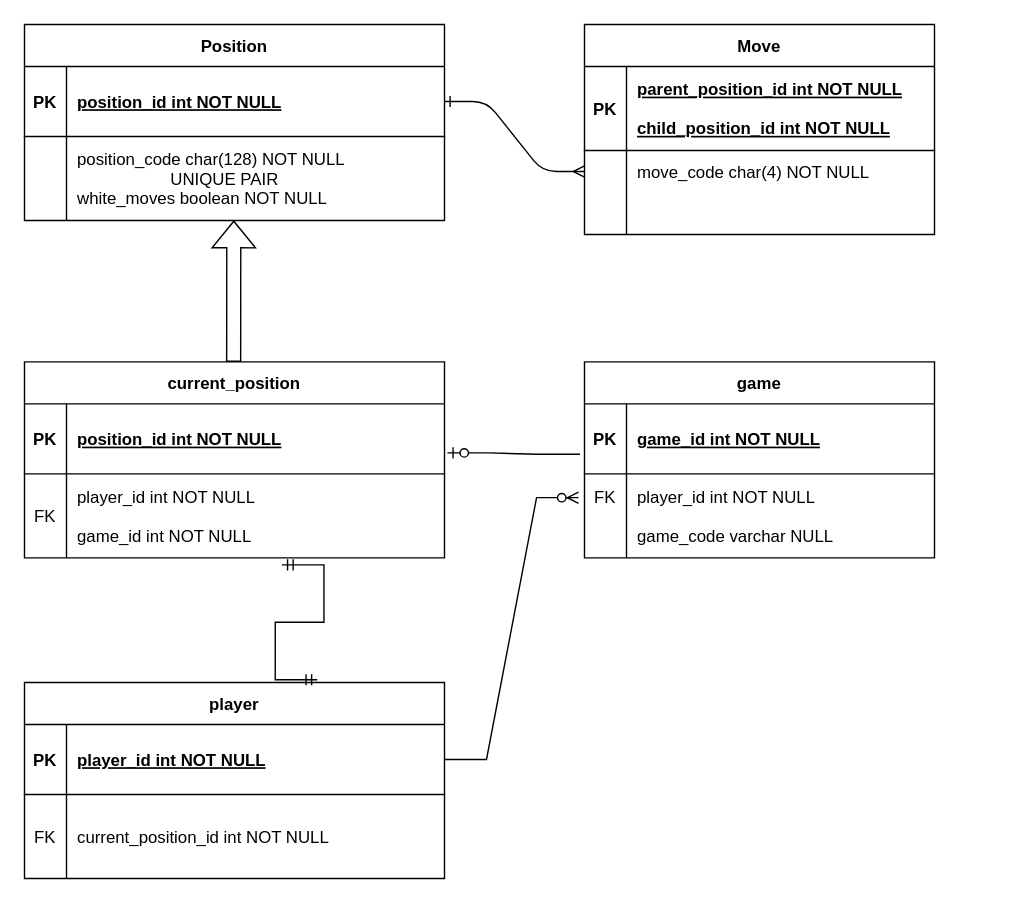
Earlier version of the draw.io diagram documentation/database.drawio (skoda-octavia/chessEngine). Source tidied: cells renumbered, new cells numbered last; positions are measured from the earlier drawing's top-left corner, leaving out a move shared by most shapes. Both pictures are drawn from the tidied source at 140%, with x=0, y=0 at pixel (24, 24).
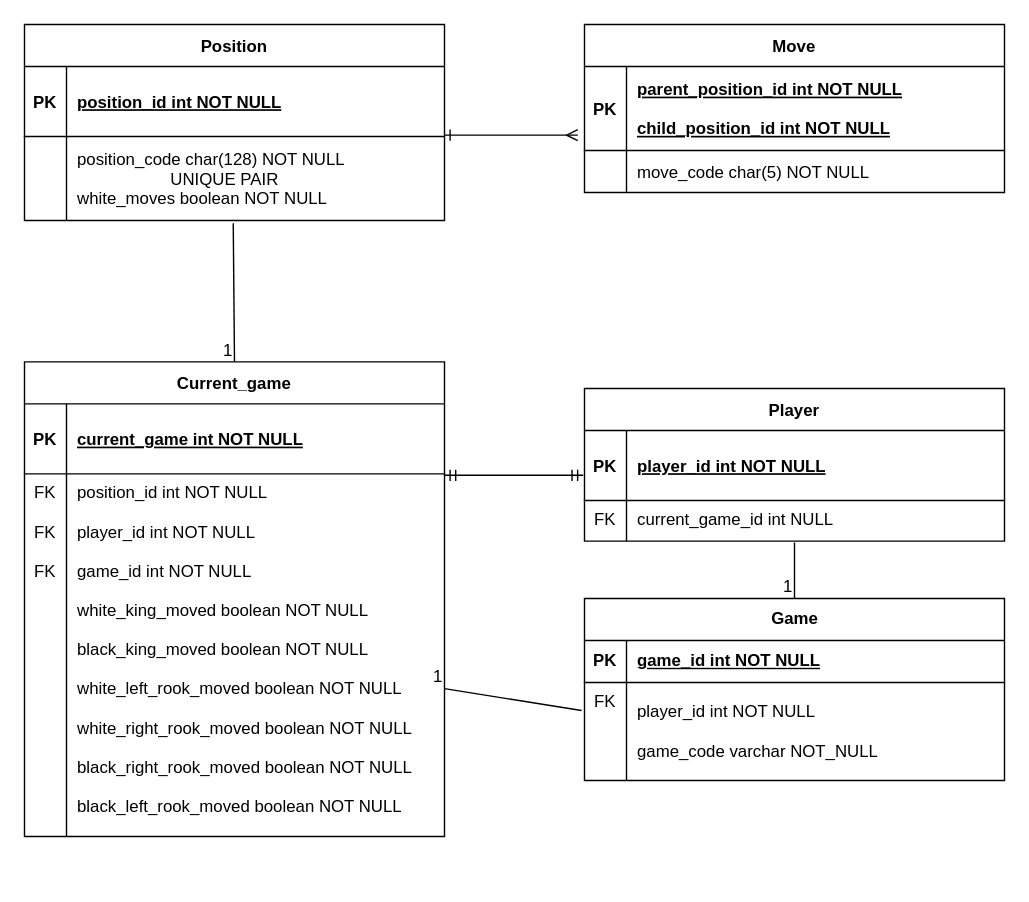
After the change.

Unchanged cells that the change refers to:
```xml
<mxCell id="14" style="shape=partialRectangle;fillColor=none;points=[[0,0.5],[1,0.5]];portConstraint=eastwest;top=0;left=0;right=0;bottom=1;" parent="13" vertex="1">
  <mxGeometry y="30" width="300" height="50" as="geometry" />
</mxCell>
<mxCell id="17" style="shape=partialRectangle;fillColor=none;points=[[0,0.5],[1,0.5]];portConstraint=eastwest;top=0;left=0;right=0;bottom=0;" parent="13" vertex="1">
  <mxGeometry y="80" width="300" height="60" as="geometry" />
</mxCell>
<mxCell id="21" style="shape=partialRectangle;fillColor=none;points=[[0,0.5],[1,0.5]];portConstraint=eastwest;top=0;left=0;right=0;bottom=1;" parent="20" vertex="1">
  <mxGeometry y="30" width="300" height="50" as="geometry" />
</mxCell>
<mxCell id="37" style="shape=partialRectangle;fillColor=none;points=[[0,0.5],[1,0.5]];portConstraint=eastwest;top=0;left=0;right=0;bottom=1;" parent="36" vertex="1">
  <mxGeometry y="30" width="300" height="50" as="geometry" />
</mxCell>
```

Change to the diagram source:
```diff
@@
-    <mxCell id="2" style="edgeStyle=entityRelationEdgeStyle;endArrow=ERmany;startArrow=ERone;endFill=1;startFill=0;fontSize=12;html=1;" parent="1" edge="1" source="14" target="7">
-      <mxGeometry relative="1" as="geometry" />
-    </mxCell>
     <mxCell id="3" value="Move" style="shape=table;startSize=30;childLayout=tableLayout;rowLines=0;fontStyle=1;align=center;" parent="1" vertex="1">
-      <mxGeometry x="400" width="250" height="150" as="geometry" />
+      <mxGeometry x="400" width="300" height="120" as="geometry" />
     </mxCell>
     <mxCell id="4" style="shape=partialRectangle;fillColor=none;points=[[0,0.5],[1,0.5]];portConstraint=eastwest;top=0;left=0;right=0;bottom=1;" parent="3" vertex="1">
-      <mxGeometry y="30" width="250" height="60" as="geometry" />
+      <mxGeometry y="30" width="300" height="60" as="geometry" />
     </mxCell>
@@
     <mxCell id="6" value="parent_position_id int NOT NULL&#10;&#10;child_position_id int NOT NULL" style="shape=partialRectangle;overflow=hidden;fillColor=none;top=0;left=0;bottom=0;right=0;align=left;spacingLeft=6;fontStyle=5;" parent="4" vertex="1">
-      <mxGeometry x="30" width="220" height="60" as="geometry" />
+      <mxGeometry x="30" width="270" height="60" as="geometry" />
     </mxCell>
     <mxCell id="7" style="shape=partialRectangle;fillColor=none;points=[[0,0.5],[1,0.5]];portConstraint=eastwest;top=0;left=0;right=0;bottom=0;" parent="3" vertex="1">
-      <mxGeometry y="90" width="250" height="30" as="geometry" />
+      <mxGeometry y="90" width="300" height="30" as="geometry" />
     </mxCell>
@@
-    <mxCell id="9" value="move_code char(4) NOT NULL" style="shape=partialRectangle;overflow=hidden;fillColor=none;top=0;left=0;bottom=0;right=0;align=left;spacingLeft=6;" parent="7" vertex="1">
-      <mxGeometry x="30" width="220" height="30" as="geometry" />
+    <mxCell id="9" value="move_code char(5) NOT NULL" style="shape=partialRectangle;overflow=hidden;fillColor=none;top=0;left=0;bottom=0;right=0;align=left;spacingLeft=6;" parent="7" vertex="1">
+      <mxGeometry x="30" width="270" height="30" as="geometry" />
     </mxCell>
-    <mxCell id="10" style="shape=partialRectangle;fillColor=none;top=0;left=0;right=0;bottom=0;" parent="3" vertex="1">
-      <mxGeometry y="120" width="250" height="30" as="geometry" />
-    </mxCell>
-    <mxCell id="11" style="shape=partialRectangle;overflow=hidden;fillColor=none;top=0;left=0;bottom=0;right=0;" parent="10" vertex="1">
-      <mxGeometry width="30" height="30" as="geometry" />
-    </mxCell>
-    <mxCell id="12" style="shape=partialRectangle;overflow=hidden;fillColor=none;top=0;left=0;bottom=0;right=0;align=left;spacingLeft=6;" parent="10" vertex="1">
-      <mxGeometry x="30" width="220" height="30" as="geometry" />
-    </mxCell>
@@
-    <mxCell id="20" value="current_position" style="shape=table;startSize=30;childLayout=tableLayout;rowLines=0;fontStyle=1;align=center;" parent="1" vertex="1">
-      <mxGeometry y="241" width="300" height="140" as="geometry" />
+    <mxCell id="20" value="Current_game" style="shape=table;startSize=30;childLayout=tableLayout;rowLines=0;fontStyle=1;align=center;" parent="1" vertex="1">
+      <mxGeometry y="241" width="300" height="339" as="geometry" />
     </mxCell>
@@
-    <mxCell id="23" value="position_id int NOT NULL" style="shape=partialRectangle;overflow=hidden;fillColor=none;top=0;left=0;bottom=0;right=0;align=left;spacingLeft=6;fontStyle=5;" parent="21" vertex="1">
+    <mxCell id="23" value="current_game int NOT NULL" style="shape=partialRectangle;overflow=hidden;fillColor=none;top=0;left=0;bottom=0;right=0;align=left;spacingLeft=6;fontStyle=5;" parent="21" vertex="1">
       <mxGeometry x="30" width="270" height="50" as="geometry" />
     </mxCell>
     <mxCell id="24" style="shape=partialRectangle;fillColor=none;points=[[0,0.5],[1,0.5]];portConstraint=eastwest;top=0;left=0;right=0;bottom=0;" parent="20" vertex="1">
-      <mxGeometry y="80" width="300" height="60" as="geometry" />
+      <mxGeometry y="80" width="300" height="259" as="geometry" />
     </mxCell>
-    <mxCell id="25" value="FK" style="shape=partialRectangle;overflow=hidden;fillColor=none;top=0;left=0;bottom=0;right=0;" parent="24" vertex="1">
-      <mxGeometry width="30" height="60" as="geometry" />
+    <mxCell id="25" value="FK&#10;&#10;FK&#10;&#10;FK" style="shape=partialRectangle;overflow=hidden;fillColor=none;top=0;left=0;bottom=0;right=0;verticalAlign=top;" parent="24" vertex="1">
+      <mxGeometry width="30" height="259" as="geometry" />
     </mxCell>
-    <mxCell id="26" value="player_id int NOT NULL&#10;&#10;game_id int NOT NULL" style="shape=partialRectangle;overflow=hidden;fillColor=none;top=0;left=0;bottom=0;right=0;align=left;spacingLeft=6;" parent="24" vertex="1">
-      <mxGeometry x="30" width="270" height="60" as="geometry" />
+    <mxCell id="26" value="position_id int NOT NULL&#10;&#10;player_id int NOT NULL&#10;&#10;game_id int NOT NULL&#10;&#10;white_king_moved boolean NOT NULL&#10;&#10;black_king_moved boolean NOT NULL&#10;&#10;white_left_rook_moved boolean NOT NULL&#10;&#10;white_right_rook_moved boolean NOT NULL&#10;&#10;black_right_rook_moved boolean NOT NULL&#10;&#10;black_left_rook_moved boolean NOT NULL&#10;" style="shape=partialRectangle;overflow=hidden;fillColor=none;top=0;left=0;bottom=0;right=0;align=left;spacingLeft=6;verticalAlign=top;horizontal=1;" parent="24" vertex="1">
+      <mxGeometry x="30" width="270" height="259" as="geometry" />
     </mxCell>
-    <mxCell id="27" style="shape=flexArrow;endArrow=classic;html=1;rounded=0;entryX=0.41;entryY=1.033;entryDx=0;entryDy=0;entryPerimeter=0;exitX=0.498;exitY=0;exitDx=0;exitDy=0;exitPerimeter=0;" parent="1" edge="1" source="20">
-      <mxGeometry relative="1" as="geometry">
-        <mxPoint x="149.5" y="140" as="targetPoint" />
-      </mxGeometry>
-    </mxCell>
-    <mxCell id="28" value="game" style="shape=table;startSize=30;childLayout=tableLayout;rowLines=0;fontStyle=1;align=center;" parent="1" vertex="1">
-      <mxGeometry x="400" y="241" width="250" height="140" as="geometry" />
-    </mxCell>
-    <mxCell id="29" style="shape=partialRectangle;fillColor=none;points=[[0,0.5],[1,0.5]];portConstraint=eastwest;top=0;left=0;right=0;bottom=1;" parent="28" vertex="1">
-      <mxGeometry y="30" width="250" height="50" as="geometry" />
-    </mxCell>
-    <mxCell id="30" value="PK" style="shape=partialRectangle;overflow=hidden;fillColor=none;top=0;left=0;bottom=0;right=0;fontStyle=1;" parent="29" vertex="1">
-      <mxGeometry width="30" height="50" as="geometry" />
-    </mxCell>
-    <mxCell id="31" value="game_id int NOT NULL" style="shape=partialRectangle;overflow=hidden;fillColor=none;top=0;left=0;bottom=0;right=0;align=left;spacingLeft=6;fontStyle=5;" parent="29" vertex="1">
-      <mxGeometry x="30" width="220" height="50" as="geometry" />
-    </mxCell>
-    <mxCell id="32" style="shape=partialRectangle;fillColor=none;points=[[0,0.5],[1,0.5]];portConstraint=eastwest;top=0;left=0;right=0;bottom=0;" parent="28" vertex="1">
-      <mxGeometry y="80" width="250" height="60" as="geometry" />
-    </mxCell>
-    <mxCell id="33" value="FK&#10;&#10;" style="shape=partialRectangle;overflow=hidden;fillColor=none;top=0;left=0;bottom=0;right=0;" parent="32" vertex="1">
-      <mxGeometry width="30" height="60" as="geometry" />
-    </mxCell>
-    <mxCell id="34" value="player_id int NOT NULL&#10;&#10;game_code varchar NULL" style="shape=partialRectangle;overflow=hidden;fillColor=none;top=0;left=0;bottom=0;right=0;align=left;spacingLeft=6;" parent="32" vertex="1">
-      <mxGeometry x="30" width="220" height="60" as="geometry" />
-    </mxCell>
-    <mxCell id="35" style="edgeStyle=entityRelationEdgeStyle;fontSize=12;html=1;endArrow=ERzeroToOne;endFill=1;rounded=0;entryX=1.007;entryY=0.7;entryDx=0;entryDy=0;entryPerimeter=0;exitX=-0.013;exitY=0.72;exitDx=0;exitDy=0;exitPerimeter=0;" parent="1" edge="1" source="29" target="21">
-      <mxGeometry relative="1" as="geometry" />
-    </mxCell>
-    <mxCell id="36" value="player" style="shape=table;startSize=30;childLayout=tableLayout;rowLines=0;fontStyle=1;align=center;" parent="1" vertex="1">
-      <mxGeometry y="470" width="300" height="140" as="geometry" />
+    <mxCell id="36" value="Player" style="shape=table;startSize=30;childLayout=tableLayout;rowLines=0;fontStyle=1;align=center;" parent="1" vertex="1">
+      <mxGeometry x="400" y="260" width="300" height="109" as="geometry" />
     </mxCell>
@@
     <mxCell id="40" style="shape=partialRectangle;fillColor=none;top=0;left=0;right=0;bottom=0;" parent="36" vertex="1">
-      <mxGeometry y="80" width="300" height="60" as="geometry" />
+      <mxGeometry y="80" width="300" height="29" as="geometry" />
     </mxCell>
-    <mxCell id="41" value="FK" style="shape=partialRectangle;overflow=hidden;fillColor=none;top=0;left=0;bottom=0;right=0;" parent="40" vertex="1">
-      <mxGeometry width="30" height="60" as="geometry" />
+    <mxCell id="41" value="FK" style="shape=partialRectangle;overflow=hidden;fillColor=none;top=0;left=0;bottom=0;right=0;verticalAlign=top;" parent="40" vertex="1">
+      <mxGeometry width="30" height="29" as="geometry" />
     </mxCell>
-    <mxCell id="42" value="current_position_id int NOT NULL" style="shape=partialRectangle;overflow=hidden;fillColor=none;top=0;left=0;bottom=0;right=0;align=left;spacingLeft=6;" parent="40" vertex="1">
-      <mxGeometry x="30" width="270" height="60" as="geometry" />
+    <mxCell id="42" value="current_game_id int NULL" style="shape=partialRectangle;overflow=hidden;fillColor=none;top=0;left=0;bottom=0;right=0;align=left;spacingLeft=6;verticalAlign=top;" parent="40" vertex="1">
+      <mxGeometry x="30" width="270" height="29" as="geometry" />
     </mxCell>
-    <mxCell id="43" style="edgeStyle=entityRelationEdgeStyle;fontSize=12;html=1;endArrow=ERzeroToMany;endFill=1;rounded=0;entryX=-0.017;entryY=0.283;entryDx=0;entryDy=0;entryPerimeter=0;exitX=1;exitY=0.5;exitDx=0;exitDy=0;" parent="1" edge="1" source="37" target="32">
-      <mxGeometry relative="1" as="geometry">
-        <Array as="points">
-          <mxPoint x="197" y="483" />
-          <mxPoint x="160" y="566" />
-          <mxPoint x="197" y="483" />
-        </Array>
-      </mxGeometry>
-    </mxCell>
-    <mxCell id="44" style="edgeStyle=entityRelationEdgeStyle;fontSize=12;html=1;endArrow=ERmandOne;startArrow=ERmandOne;rounded=0;exitX=0.697;exitY=-0.014;exitDx=0;exitDy=0;exitPerimeter=0;entryX=0.613;entryY=1.083;entryDx=0;entryDy=0;entryPerimeter=0;" parent="1" edge="1" source="36" target="24">
-      <mxGeometry relative="1" as="geometry">
-        <Array as="points">
-          <mxPoint x="350" y="250" />
-        </Array>
-      </mxGeometry>
-    </mxCell>
+    <mxCell id="45" style="endArrow=none;html=1;rounded=0;exitX=0.497;exitY=1.033;exitDx=0;exitDy=0;exitPerimeter=0;entryX=0.5;entryY=0;entryDx=0;entryDy=0;" parent="1" edge="1" source="17" target="20">
+      <mxGeometry relative="1" as="geometry" />
+    </mxCell>
+    <mxCell id="46" value="1" style="html=1;whiteSpace=wrap;align=right;verticalAlign=bottom;" parent="45" vertex="1">
+      <mxGeometry x="1" relative="1" as="geometry" />
+    </mxCell>
+    <mxCell id="47" style="edgeStyle=entityRelationEdgeStyle;endArrow=ERmany;startArrow=ERone;endFill=1;startFill=0;fontSize=12;html=1;entryX=-0.016;entryY=0.817;entryDx=0;entryDy=0;entryPerimeter=0;" parent="1" edge="1" target="4">
+      <mxGeometry relative="1" as="geometry">
+        <mxPoint x="300" y="79" as="sourcePoint" />
+      </mxGeometry>
+    </mxCell>
+    <mxCell id="48" value="Game" style="shape=table;startSize=30;childLayout=tableLayout;rowLines=0;fontStyle=1;align=center;html=1;" parent="1" vertex="1">
+      <mxGeometry x="400" y="410" width="300" height="130" as="geometry" />
+    </mxCell>
+    <mxCell id="49" style="shape=tableRow;horizontal=0;startSize=0;swimlaneHead=0;swimlaneBody=0;fillColor=none;top=0;left=0;right=0;bottom=1;" parent="48" vertex="1">
+      <mxGeometry y="30" width="300" height="30" as="geometry" />
+    </mxCell>
+    <mxCell id="30" value="PK" style="shape=partialRectangle;fillColor=none;top=0;left=0;bottom=0;right=0;fontStyle=1;overflow=hidden;whiteSpace=wrap;html=1;" parent="49" vertex="1">
+      <mxGeometry width="30" height="30" as="geometry" />
+    </mxCell>
+    <mxCell id="31" value="game_id int NOT NULL" style="shape=partialRectangle;fillColor=none;top=0;left=0;bottom=0;right=0;align=left;spacingLeft=6;fontStyle=5;overflow=hidden;whiteSpace=wrap;html=1;" parent="49" vertex="1">
+      <mxGeometry x="30" width="270" height="30" as="geometry" />
+    </mxCell>
+    <mxCell id="50" style="shape=tableRow;horizontal=0;startSize=0;swimlaneHead=0;swimlaneBody=0;fillColor=none;points=[[0,0.5],[1,0.5]];portConstraint=eastwest;top=0;left=0;right=0;bottom=0;" parent="48" vertex="1">
+      <mxGeometry y="60" width="300" height="70" as="geometry" />
+    </mxCell>
+    <mxCell id="33" value="FK&lt;br&gt;" style="shape=partialRectangle;fillColor=none;top=0;left=0;bottom=0;right=0;overflow=hidden;whiteSpace=wrap;html=1;verticalAlign=top;" parent="50" vertex="1">
+      <mxGeometry width="30" height="70" as="geometry" />
+    </mxCell>
+    <mxCell id="51" value="player_id int NOT NULL&lt;br&gt;&lt;br&gt;game_code varchar NOT_NULL" style="shape=partialRectangle;fillColor=none;top=0;left=0;bottom=0;right=0;align=left;spacingLeft=6;overflow=hidden;whiteSpace=wrap;html=1;" parent="50" vertex="1">
+      <mxGeometry x="30" width="270" height="70" as="geometry" />
+    </mxCell>
+    <mxCell id="52" style="edgeStyle=entityRelationEdgeStyle;fontSize=12;html=1;endArrow=ERmandOne;startArrow=ERmandOne;rounded=0;entryX=-0.003;entryY=0.64;entryDx=0;entryDy=0;entryPerimeter=0;" parent="1" edge="1" target="37">
+      <mxGeometry relative="1" as="geometry">
+        <mxPoint x="300" y="322" as="sourcePoint" />
+      </mxGeometry>
+    </mxCell>
+    <mxCell id="53" style="endArrow=none;html=1;rounded=0;exitX=-0.007;exitY=0.286;exitDx=0;exitDy=0;exitPerimeter=0;" parent="1" edge="1" source="50" target="24">
+      <mxGeometry relative="1" as="geometry" />
+    </mxCell>
+    <mxCell id="54" value="1" style="html=1;whiteSpace=wrap;align=right;verticalAlign=bottom;" parent="53" vertex="1">
+      <mxGeometry x="1" relative="1" as="geometry" />
+    </mxCell>
+    <mxCell id="55" style="endArrow=none;html=1;rounded=0;entryX=0.5;entryY=0;entryDx=0;entryDy=0;" parent="1" edge="1" target="48">
+      <mxGeometry relative="1" as="geometry">
+        <mxPoint x="550" y="370" as="sourcePoint" />
+      </mxGeometry>
+    </mxCell>
+    <mxCell id="56" value="1" style="html=1;whiteSpace=wrap;align=right;verticalAlign=bottom;" parent="55" vertex="1">
+      <mxGeometry x="1" relative="1" as="geometry" />
+    </mxCell>
```
